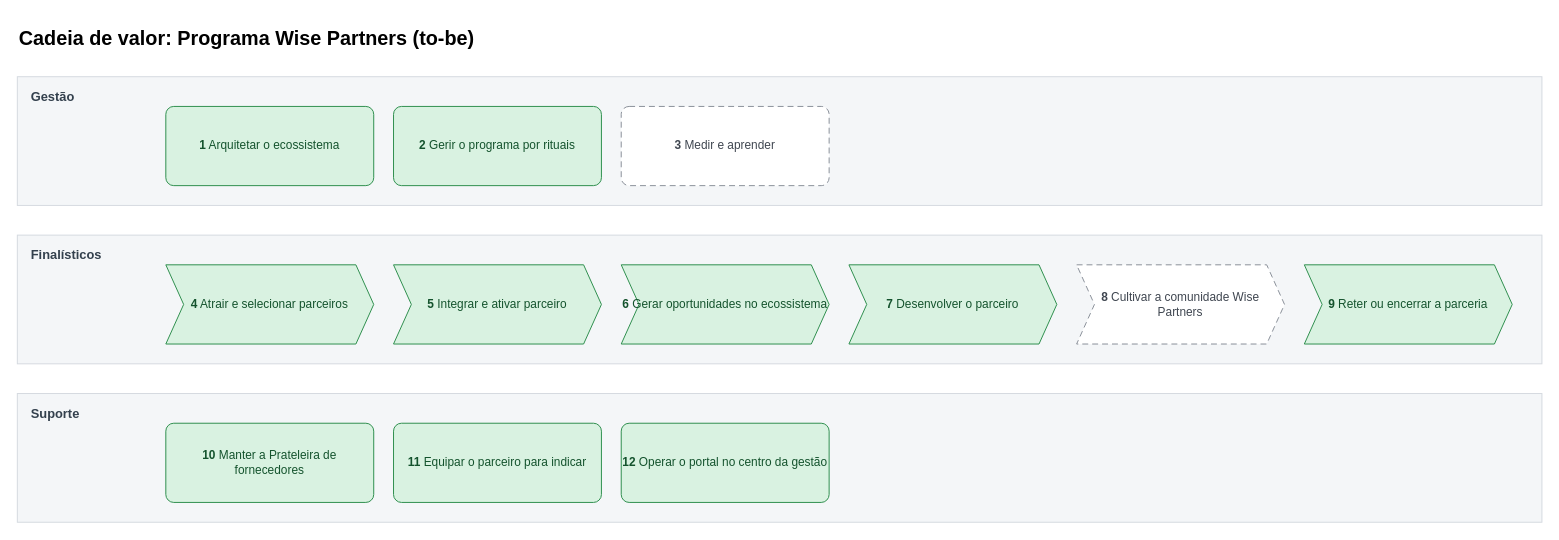
Before: page "Cadeia de valor" (1 of 15) of mapeamentos/wise-partners-to-be/saidas/mapa.drawio in Guilherme-MFaccin/Wise-Partners, a draw.io diagram. Source tidied: cells renumbered, new cells numbered last; positions are measured from the earlier drawing's top-left corner, leaving out a move shared by most shapes. Both pictures are drawn from the tidied source at 99%, with x=0, y=0 at pixel (17, 17).
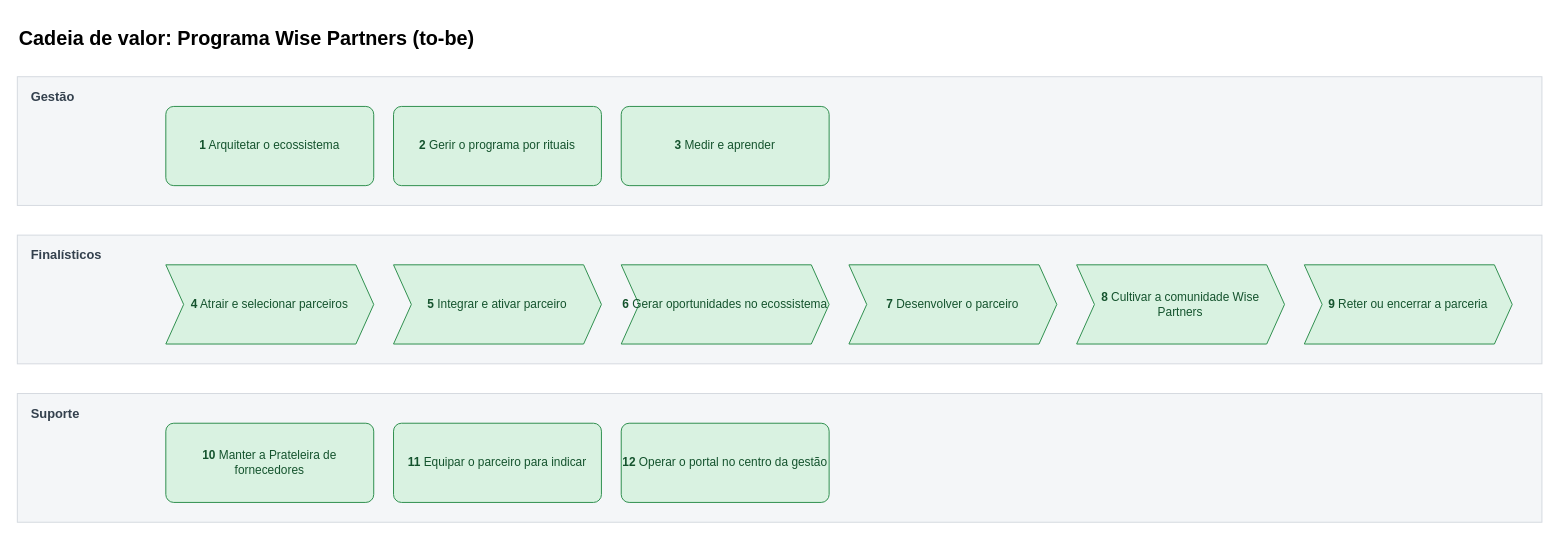
Above is the later version.

What changed in the source:
```diff
@@
 <mxGraphModel>
   <root>
     <mxCell id="0" />
     <mxCell id="1" parent="0" />
     <mxCell id="2" value="&lt;b&gt;Cadeia de valor: Programa Wise Partners (to-be)&lt;/b&gt;" style="text;html=1;fontSize=20;align=left;verticalAlign=middle;strokeColor=none;fillColor=none;" parent="1" vertex="1">
       <mxGeometry width="600" height="40" as="geometry" />
     </mxCell>
     <mxCell id="3" value="Gestão" style="rounded=0;whiteSpace=wrap;html=1;fillColor=#F4F6F8;strokeColor=#D5DAE0;verticalAlign=top;align=left;spacingLeft=12;spacingTop=6;fontStyle=1;fontSize=13;fontColor=#33404D;" parent="1" vertex="1">
       <mxGeometry y="60" width="1540" height="130" as="geometry" />
     </mxCell>
     <mxCell id="4" value="&lt;b&gt;1&lt;/b&gt; Arquitetar o ecossistema" style="rounded=1;whiteSpace=wrap;html=1;arcSize=10;fillColor=#D9F2E1;strokeColor=#2F8F4E;fontColor=#14532D;fontSize=12;" parent="1" vertex="1">
       <mxGeometry x="150" y="90" width="210" height="80" as="geometry" />
     </mxCell>
     <mxCell id="5" value="&lt;b&gt;2&lt;/b&gt; Gerir o programa por rituais" style="rounded=1;whiteSpace=wrap;html=1;arcSize=10;fillColor=#D9F2E1;strokeColor=#2F8F4E;fontColor=#14532D;fontSize=12;" parent="1" vertex="1">
       <mxGeometry x="380" y="90" width="210" height="80" as="geometry" />
     </mxCell>
-    <mxCell id="6" value="&lt;b&gt;3&lt;/b&gt; Medir e aprender" style="rounded=1;whiteSpace=wrap;html=1;arcSize=10;fillColor=#FFFFFF;strokeColor=#8A9099;fontColor=#3F4650;dashed=1;dashPattern=6 4;fontSize=12;" parent="1" vertex="1">
+    <mxCell id="6" value="&lt;b&gt;3&lt;/b&gt; Medir e aprender" style="rounded=1;whiteSpace=wrap;html=1;arcSize=10;fillColor=#D9F2E1;strokeColor=#2F8F4E;fontColor=#14532D;fontSize=12;" parent="1" vertex="1">
       <mxGeometry x="610" y="90" width="210" height="80" as="geometry" />
     </mxCell>
     <mxCell id="7" value="Finalísticos" style="rounded=0;whiteSpace=wrap;html=1;fillColor=#F4F6F8;strokeColor=#D5DAE0;verticalAlign=top;align=left;spacingLeft=12;spacingTop=6;fontStyle=1;fontSize=13;fontColor=#33404D;" parent="1" vertex="1">
       <mxGeometry y="220" width="1540" height="130" as="geometry" />
     </mxCell>
     <mxCell id="8" value="&lt;b&gt;4&lt;/b&gt; Atrair e selecionar parceiros" style="rounded=1;whiteSpace=wrap;html=1;arcSize=10;fillColor=#D9F2E1;strokeColor=#2F8F4E;fontColor=#14532D;fontSize=12;shape=step;perimeter=stepPerimeter;fixedSize=1;size=18;rounded=0;" parent="1" vertex="1">
       <mxGeometry x="150" y="250" width="210" height="80" as="geometry" />
     </mxCell>
     <mxCell id="9" value="&lt;b&gt;5&lt;/b&gt; Integrar e ativar parceiro" style="rounded=1;whiteSpace=wrap;html=1;arcSize=10;fillColor=#D9F2E1;strokeColor=#2F8F4E;fontColor=#14532D;fontSize=12;shape=step;perimeter=stepPerimeter;fixedSize=1;size=18;rounded=0;" parent="1" vertex="1">
       <mxGeometry x="380" y="250" width="210" height="80" as="geometry" />
     </mxCell>
     <mxCell id="10" value="&lt;b&gt;6&lt;/b&gt; Gerar oportunidades no ecossistema" style="rounded=1;whiteSpace=wrap;html=1;arcSize=10;fillColor=#D9F2E1;strokeColor=#2F8F4E;fontColor=#14532D;fontSize=12;shape=step;perimeter=stepPerimeter;fixedSize=1;size=18;rounded=0;" parent="1" vertex="1">
       <mxGeometry x="610" y="250" width="210" height="80" as="geometry" />
     </mxCell>
     <mxCell id="11" value="&lt;b&gt;7&lt;/b&gt; Desenvolver o parceiro" style="rounded=1;whiteSpace=wrap;html=1;arcSize=10;fillColor=#D9F2E1;strokeColor=#2F8F4E;fontColor=#14532D;fontSize=12;shape=step;perimeter=stepPerimeter;fixedSize=1;size=18;rounded=0;" parent="1" vertex="1">
       <mxGeometry x="840" y="250" width="210" height="80" as="geometry" />
     </mxCell>
-    <mxCell id="12" value="&lt;b&gt;8&lt;/b&gt; Cultivar a comunidade Wise Partners" style="rounded=1;whiteSpace=wrap;html=1;arcSize=10;fillColor=#FFFFFF;strokeColor=#8A9099;fontColor=#3F4650;dashed=1;dashPattern=6 4;fontSize=12;shape=step;perimeter=stepPerimeter;fixedSize=1;size=18;rounded=0;" parent="1" vertex="1">
+    <mxCell id="12" value="&lt;b&gt;8&lt;/b&gt; Cultivar a comunidade Wise Partners" style="rounded=1;whiteSpace=wrap;html=1;arcSize=10;fillColor=#D9F2E1;strokeColor=#2F8F4E;fontColor=#14532D;fontSize=12;shape=step;perimeter=stepPerimeter;fixedSize=1;size=18;rounded=0;" parent="1" vertex="1">
       <mxGeometry x="1070" y="250" width="210" height="80" as="geometry" />
     </mxCell>
     <mxCell id="13" value="&lt;b&gt;9&lt;/b&gt; Reter ou encerrar a parceria" style="rounded=1;whiteSpace=wrap;html=1;arcSize=10;fillColor=#D9F2E1;strokeColor=#2F8F4E;fontColor=#14532D;fontSize=12;shape=step;perimeter=stepPerimeter;fixedSize=1;size=18;rounded=0;" parent="1" vertex="1">
       <mxGeometry x="1300" y="250" width="210" height="80" as="geometry" />
     </mxCell>
     <mxCell id="14" value="Suporte" style="rounded=0;whiteSpace=wrap;html=1;fillColor=#F4F6F8;strokeColor=#D5DAE0;verticalAlign=top;align=left;spacingLeft=12;spacingTop=6;fontStyle=1;fontSize=13;fontColor=#33404D;" parent="1" vertex="1">
       <mxGeometry y="380" width="1540" height="130" as="geometry" />
     </mxCell>
     <mxCell id="15" value="&lt;b&gt;10&lt;/b&gt; Manter a Prateleira de fornecedores" style="rounded=1;whiteSpace=wrap;html=1;arcSize=10;fillColor=#D9F2E1;strokeColor=#2F8F4E;fontColor=#14532D;fontSize=12;" parent="1" vertex="1">
       <mxGeometry x="150" y="410" width="210" height="80" as="geometry" />
     </mxCell>
     <mxCell id="16" value="&lt;b&gt;11&lt;/b&gt; Equipar o parceiro para indicar" style="rounded=1;whiteSpace=wrap;html=1;arcSize=10;fillColor=#D9F2E1;strokeColor=#2F8F4E;fontColor=#14532D;fontSize=12;" parent="1" vertex="1">
       <mxGeometry x="380" y="410" width="210" height="80" as="geometry" />
     </mxCell>
     <mxCell id="17" value="&lt;b&gt;12&lt;/b&gt; Operar o portal no centro da gestão" style="rounded=1;whiteSpace=wrap;html=1;arcSize=10;fillColor=#D9F2E1;strokeColor=#2F8F4E;fontColor=#14532D;fontSize=12;" parent="1" vertex="1">
       <mxGeometry x="610" y="410" width="210" height="80" as="geometry" />
     </mxCell>
   </root>
 </mxGraphModel>
```
